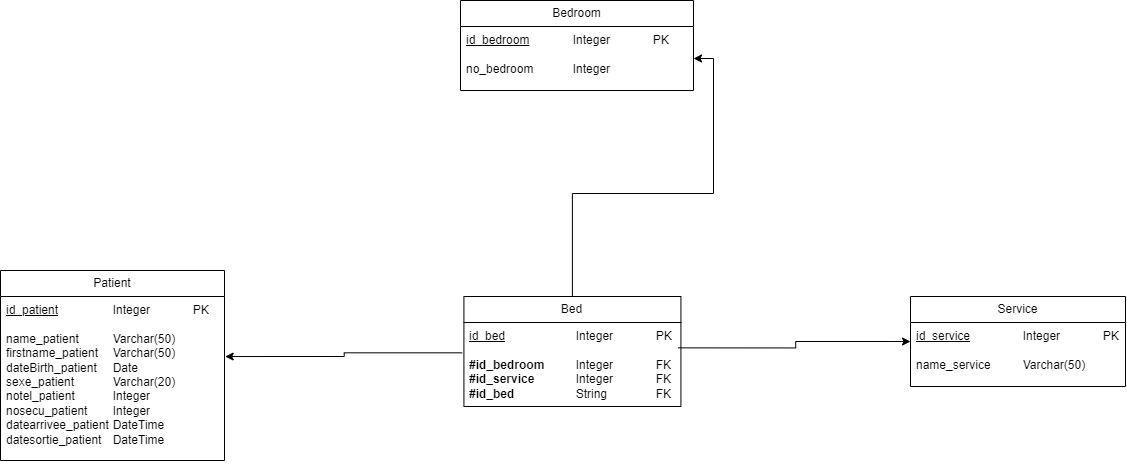
florianpoteau/CDA-Hopital-Back keeps this draw.io diagram as Merise/Merise-MPD-V1.drawio.png. Above is the earlier version. Source tidied: cells renumbered, new cells last; positions are measured from the earlier drawing's top-left corner, leaving out a move shared by most shapes.
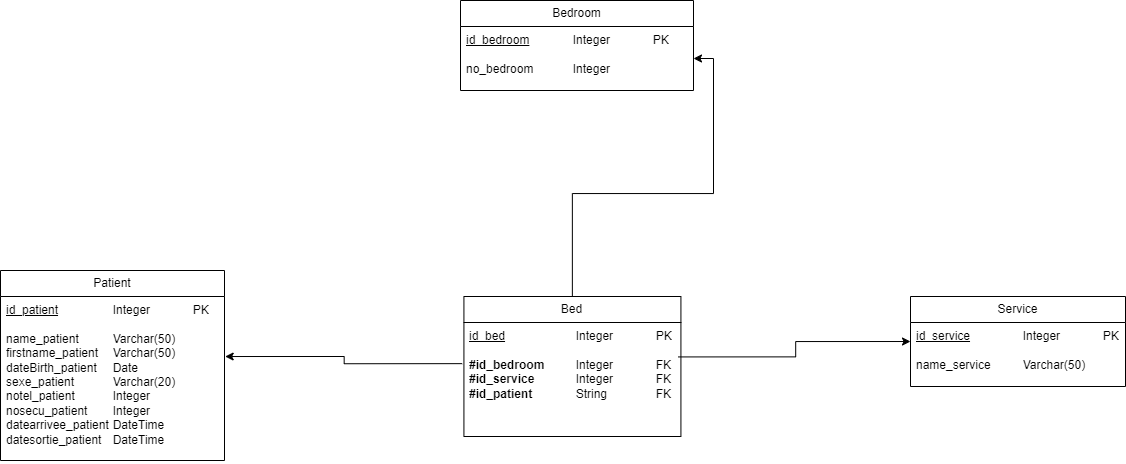
Later version of the same file.

Diff of the diagram source:
```diff
@@ -12,10 +12,10 @@
       <mxGeometry relative="1" as="geometry" />
     </mxCell>
     <mxCell id="5" value="Bed" style="swimlane;fontStyle=0;horizontal=1;startSize=26;fillColor=none;whiteSpace=wrap;html=1;" parent="1" vertex="1">
-      <mxGeometry x="463.4" y="296" width="217" height="110" as="geometry" />
+      <mxGeometry x="463.4" y="296" width="217" height="140" as="geometry" />
     </mxCell>
-    <mxCell id="6" value="&lt;u&gt;id_bed&lt;/u&gt;&lt;span style=&quot;white-space: pre;&quot;&gt;&#9;&lt;/span&gt;&lt;span style=&quot;white-space: pre;&quot;&gt;&#9;&lt;/span&gt;&lt;span style=&quot;white-space: pre;&quot;&gt;&#9;&lt;/span&gt;Integer&lt;span style=&quot;white-space: pre;&quot;&gt;&#9;&lt;/span&gt;&lt;span style=&quot;white-space: pre;&quot;&gt;&#9;&lt;/span&gt;PK&lt;div&gt;&lt;br&gt;&lt;/div&gt;&lt;div&gt;&lt;b&gt;#id_bedroom&lt;/b&gt;&lt;span style=&quot;white-space: pre;&quot;&gt;&#9;&lt;/span&gt;&lt;span style=&quot;white-space: pre;&quot;&gt;&#9;&lt;/span&gt;Integer&lt;span style=&quot;white-space: pre;&quot;&gt;&#9;&lt;/span&gt;&lt;span style=&quot;white-space: pre;&quot;&gt;&#9;&lt;/span&gt;FK&lt;/div&gt;&lt;div&gt;&lt;b&gt;#id_service&lt;/b&gt;&lt;span style=&quot;white-space: pre;&quot;&gt;&#9;&lt;/span&gt;&lt;span style=&quot;white-space: pre;&quot;&gt;&#9;&lt;/span&gt;Integer&lt;span style=&quot;white-space: pre;&quot;&gt;&#9;&lt;/span&gt;&lt;span style=&quot;white-space: pre;&quot;&gt;&#9;&lt;/span&gt;FK&lt;/div&gt;&lt;div&gt;&lt;b&gt;#id_bed&lt;/b&gt;&lt;span style=&quot;white-space: pre;&quot;&gt;&#9;&lt;/span&gt;&lt;span style=&quot;white-space: pre;&quot;&gt;&#9;&lt;/span&gt;&lt;span style=&quot;white-space: pre;&quot;&gt;&#9;&lt;/span&gt;String&lt;span style=&quot;white-space: pre;&quot;&gt;&#9;&lt;/span&gt;&lt;span style=&quot;white-space: pre;&quot;&gt;&#9;&lt;/span&gt;FK&lt;/div&gt;" style="text;strokeColor=none;fillColor=none;align=left;verticalAlign=top;spacingLeft=4;spacingRight=4;overflow=hidden;points=[[0,0.5],[1,0.5]];portConstraint=eastwest;whiteSpace=wrap;html=1;" parent="5" vertex="1">
-      <mxGeometry y="26" width="217" height="84" as="geometry" />
+    <mxCell id="6" value="&lt;u&gt;id_bed&lt;/u&gt;&lt;span style=&quot;white-space: pre;&quot;&gt;&#9;&lt;/span&gt;&lt;span style=&quot;white-space: pre;&quot;&gt;&#9;&lt;/span&gt;&lt;span style=&quot;white-space: pre;&quot;&gt;&#9;&lt;/span&gt;Integer&lt;span style=&quot;white-space: pre;&quot;&gt;&#9;&lt;/span&gt;&lt;span style=&quot;white-space: pre;&quot;&gt;&#9;&lt;/span&gt;PK&lt;div&gt;&lt;br&gt;&lt;/div&gt;&lt;div&gt;&lt;b&gt;#id_bedroom&lt;/b&gt;&lt;span style=&quot;white-space: pre;&quot;&gt;&#9;&lt;/span&gt;&lt;span style=&quot;white-space: pre;&quot;&gt;&#9;&lt;/span&gt;Integer&lt;span style=&quot;white-space: pre;&quot;&gt;&#9;&lt;/span&gt;&lt;span style=&quot;white-space: pre;&quot;&gt;&#9;&lt;/span&gt;FK&lt;/div&gt;&lt;div&gt;&lt;b&gt;#id_service&lt;/b&gt;&lt;span style=&quot;white-space: pre;&quot;&gt;&#9;&lt;/span&gt;&lt;span style=&quot;white-space: pre;&quot;&gt;&#9;&lt;/span&gt;Integer&lt;span style=&quot;white-space: pre;&quot;&gt;&#9;&lt;/span&gt;&lt;span style=&quot;white-space: pre;&quot;&gt;&#9;&lt;/span&gt;FK&lt;/div&gt;&lt;div&gt;&lt;b&gt;#id_patient&lt;/b&gt;&lt;span style=&quot;white-space: pre;&quot;&gt;&#9;&lt;/span&gt;&lt;span style=&quot;white-space: pre;&quot;&gt;&#9;&lt;/span&gt;String&lt;span style=&quot;white-space: pre;&quot;&gt;&#9;&lt;/span&gt;&lt;span style=&quot;white-space: pre;&quot;&gt;&#9;&lt;/span&gt;FK&lt;/div&gt;" style="text;strokeColor=none;fillColor=none;align=left;verticalAlign=top;spacingLeft=4;spacingRight=4;overflow=hidden;points=[[0,0.5],[1,0.5]];portConstraint=eastwest;whiteSpace=wrap;html=1;" parent="5" vertex="1">
+      <mxGeometry y="26" width="217" height="114" as="geometry" />
     </mxCell>
     <mxCell id="7" value="Service" style="swimlane;fontStyle=0;horizontal=1;startSize=26;fillColor=none;whiteSpace=wrap;html=1;" parent="1" vertex="1">
       <mxGeometry x="910" y="296" width="215" height="90" as="geometry" />
```
